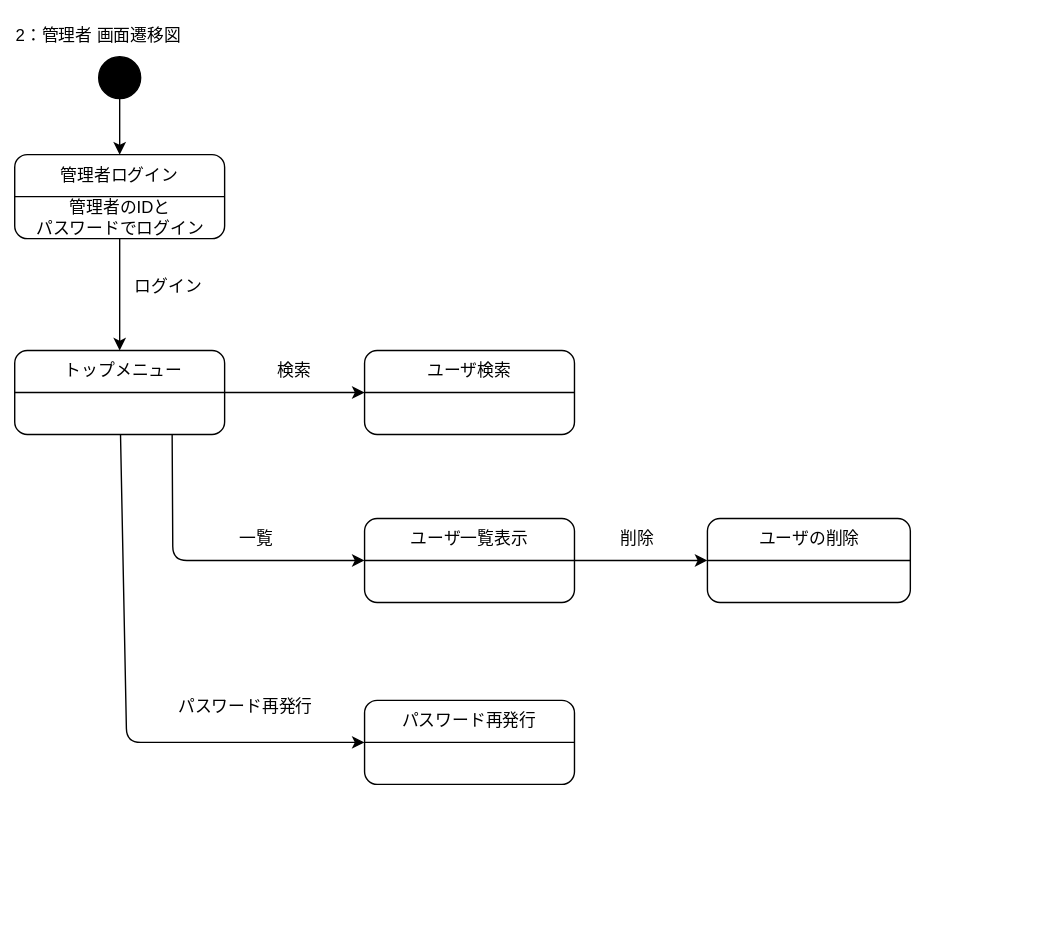
Above: 家計簿_画面遷移図(2).drawio.svg in youryota/uml-introduction (draw.io), before the change. Source tidied: cells renumbered, new cells last; positions are measured from the earlier drawing's top-left corner, leaving out a move shared by most shapes.
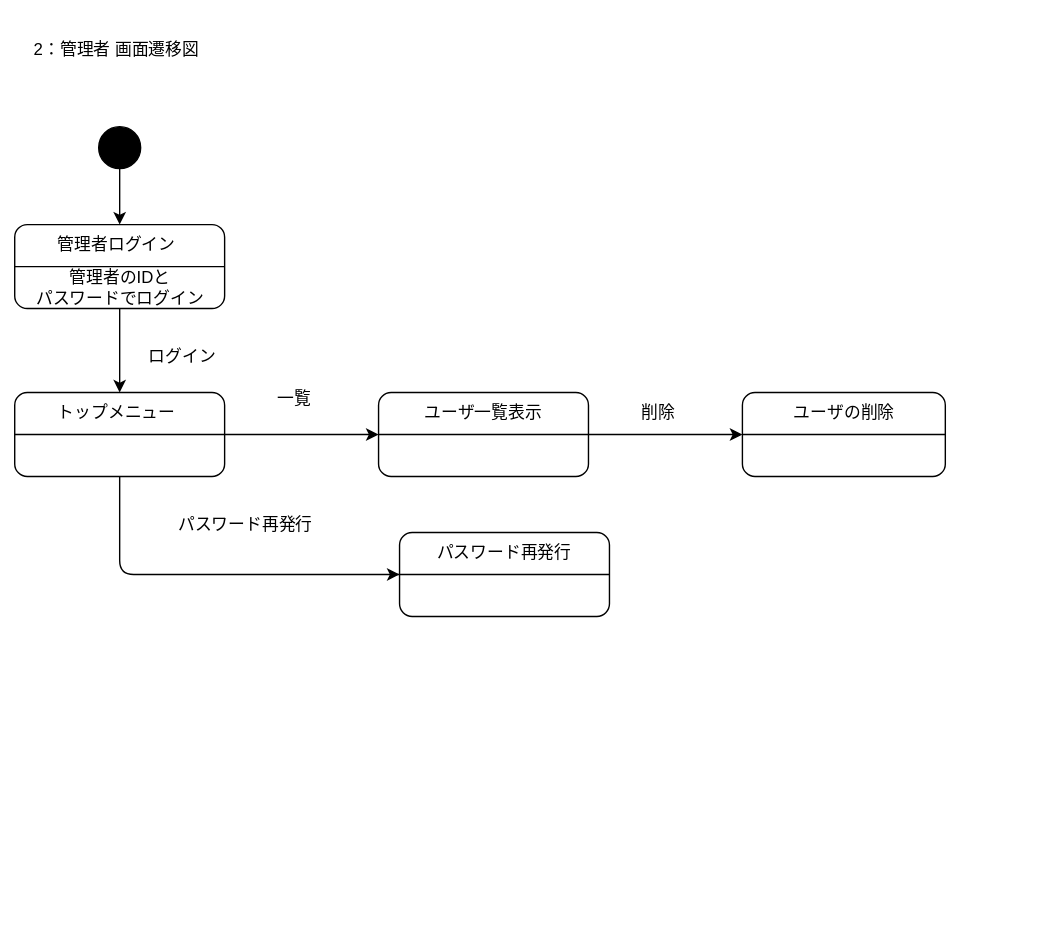
After the commit.

Diff of the diagram source:
```diff
@@ -6,91 +6,69 @@
       <mxGeometry width="750" height="670" as="geometry" />
     </mxCell>
     <mxCell id="3" value="&lt;font color=&quot;#000000&quot;&gt;2：管理者&lt;/font&gt;&lt;span style=&quot;color: rgb(0, 0, 0);&quot;&gt;画面遷移図&lt;/span&gt;" style="text;html=1;strokeColor=none;fillColor=none;align=center;verticalAlign=middle;whiteSpace=wrap;rounded=0;fontColor=#F0F0F0;" parent="1" vertex="1">
-      <mxGeometry x="5" y="10" width="130" height="30" as="geometry" />
+      <mxGeometry x="17.5" y="20" width="130" height="30" as="geometry" />
     </mxCell>
     <mxCell id="4" style="ellipse;whiteSpace=wrap;html=1;strokeColor=#000000;fontColor=#000000;fillColor=#000000;" parent="1" vertex="1">
-      <mxGeometry x="70" y="40" width="30" height="30" as="geometry" />
+      <mxGeometry x="70" y="90" width="30" height="30" as="geometry" />
     </mxCell>
     <mxCell id="5" style="edgeStyle=none;html=1;strokeColor=#000000;fontColor=#000000;" parent="1" edge="1" source="6" target="14">
       <mxGeometry relative="1" as="geometry" />
     </mxCell>
     <mxCell id="6" style="rounded=1;whiteSpace=wrap;html=1;strokeColor=#000000;fontColor=#000000;fillColor=#FFFFFF;" parent="1" vertex="1">
-      <mxGeometry x="10" y="110" width="150" height="60" as="geometry" />
+      <mxGeometry x="10" y="160" width="150" height="60" as="geometry" />
     </mxCell>
     <mxCell id="7" style="endArrow=classic;html=1;fontColor=#000000;strokeColor=#000000;exitX=0.5;exitY=1;exitDx=0;exitDy=0;entryX=0.5;entryY=0;entryDx=0;entryDy=0;" parent="1" edge="1" source="4" target="6">
       <mxGeometry relative="1" as="geometry" />
     </mxCell>
     <mxCell id="8" value="管理者ログイン" style="text;html=1;strokeColor=none;fillColor=none;align=center;verticalAlign=middle;whiteSpace=wrap;rounded=0;fontColor=#000000;" parent="1" vertex="1">
-      <mxGeometry x="35" y="110" width="100" height="30" as="geometry" />
+      <mxGeometry x="32.5" y="160" width="100" height="30" as="geometry" />
     </mxCell>
     <mxCell id="9" style="endArrow=none;html=1;strokeColor=#000000;fontColor=#000000;exitX=0;exitY=0.5;exitDx=0;exitDy=0;entryX=1;entryY=0.5;entryDx=0;entryDy=0;" parent="1" edge="1" source="6" target="6">
       <mxGeometry relative="1" as="geometry" />
     </mxCell>
     <mxCell id="10" value="管理者のIDと&lt;br&gt;パスワードでログイン" style="text;html=1;strokeColor=none;fillColor=none;align=center;verticalAlign=middle;whiteSpace=wrap;rounded=0;fontColor=#000000;" parent="1" vertex="1">
-      <mxGeometry x="22.5" y="140" width="125" height="30" as="geometry" />
+      <mxGeometry x="22.5" y="190" width="125" height="30" as="geometry" />
     </mxCell>
-    <mxCell id="11" style="edgeStyle=none;html=1;strokeColor=#000000;fontColor=#000000;" parent="1" edge="1" source="14" target="18">
-      <mxGeometry relative="1" as="geometry" />
-    </mxCell>
-    <mxCell id="12" style="edgeStyle=none;html=1;strokeColor=#000000;fontColor=#000000;exitX=0.75;exitY=1;exitDx=0;exitDy=0;" parent="1" edge="1" source="14" target="22">
-      <mxGeometry relative="1" as="geometry">
-        <Array as="points">
-          <mxPoint x="123" y="400" />
-        </Array>
-      </mxGeometry>
-    </mxCell>
     <mxCell id="13" style="edgeStyle=none;html=1;strokeColor=#000000;fontColor=#000000;" parent="1" edge="1" source="14" target="31">
       <mxGeometry relative="1" as="geometry">
         <Array as="points">
-          <mxPoint x="90" y="530" />
+          <mxPoint x="85" y="410" />
         </Array>
       </mxGeometry>
     </mxCell>
     <mxCell id="14" style="rounded=1;whiteSpace=wrap;html=1;strokeColor=#000000;fontColor=#000000;fillColor=#FFFFFF;" parent="1" vertex="1">
-      <mxGeometry x="10" y="250" width="150" height="60" as="geometry" />
+      <mxGeometry x="10" y="280" width="150" height="60" as="geometry" />
     </mxCell>
     <mxCell id="15" value="ログイン" style="text;html=1;strokeColor=none;fillColor=none;align=center;verticalAlign=middle;whiteSpace=wrap;rounded=0;fontColor=#000000;" parent="1" vertex="1">
-      <mxGeometry x="90" y="190" width="60" height="30" as="geometry" />
+      <mxGeometry x="100" y="240" width="60" height="30" as="geometry" />
     </mxCell>
     <mxCell id="16" value="トップメニュー" style="text;html=1;strokeColor=none;fillColor=none;align=center;verticalAlign=middle;whiteSpace=wrap;rounded=0;fontColor=#000000;" parent="1" vertex="1">
-      <mxGeometry x="22.5" y="250" width="130" height="30" as="geometry" />
+      <mxGeometry x="17.5" y="280" width="130" height="30" as="geometry" />
     </mxCell>
     <mxCell id="17" style="endArrow=none;html=1;strokeColor=#000000;fontColor=#000000;exitX=0;exitY=0.5;exitDx=0;exitDy=0;entryX=1;entryY=0.5;entryDx=0;entryDy=0;" parent="1" edge="1" source="14" target="14">
       <mxGeometry relative="1" as="geometry" />
     </mxCell>
-    <mxCell id="18" style="rounded=1;whiteSpace=wrap;html=1;strokeColor=#000000;fontColor=#000000;fillColor=#FFFFFF;" parent="1" vertex="1">
-      <mxGeometry x="260" y="250" width="150" height="60" as="geometry" />
-    </mxCell>
-    <mxCell id="19" value="検索" style="text;html=1;strokeColor=none;fillColor=none;align=center;verticalAlign=middle;whiteSpace=wrap;rounded=0;fontColor=#000000;" parent="1" vertex="1">
-      <mxGeometry x="180" y="250" width="60" height="30" as="geometry" />
-    </mxCell>
-    <mxCell id="20" value="ユーザ検索" style="text;html=1;strokeColor=none;fillColor=none;align=center;verticalAlign=middle;whiteSpace=wrap;rounded=0;fontColor=#000000;" parent="1" vertex="1">
-      <mxGeometry x="290" y="250" width="90" height="30" as="geometry" />
-    </mxCell>
     <mxCell id="21" style="edgeStyle=none;html=1;strokeColor=#000000;fontColor=#000000;" parent="1" edge="1" source="22" target="25">
       <mxGeometry relative="1" as="geometry" />
     </mxCell>
     <mxCell id="22" style="rounded=1;whiteSpace=wrap;html=1;strokeColor=#000000;fontColor=#000000;fillColor=#FFFFFF;" parent="1" vertex="1">
-      <mxGeometry x="260" y="370" width="150" height="60" as="geometry" />
+      <mxGeometry x="270" y="280" width="150" height="60" as="geometry" />
     </mxCell>
     <mxCell id="23" value="一覧" style="text;html=1;strokeColor=none;fillColor=none;align=center;verticalAlign=middle;whiteSpace=wrap;rounded=0;fontColor=#000000;" parent="1" vertex="1">
-      <mxGeometry x="152.5" y="370" width="60" height="30" as="geometry" />
+      <mxGeometry x="180" y="270" width="60" height="30" as="geometry" />
     </mxCell>
     <mxCell id="24" value="ユーザ一覧表示" style="text;html=1;strokeColor=none;fillColor=none;align=center;verticalAlign=middle;whiteSpace=wrap;rounded=0;fontColor=#000000;" parent="1" vertex="1">
-      <mxGeometry x="275" y="370" width="120" height="30" as="geometry" />
+      <mxGeometry x="285" y="280" width="120" height="30" as="geometry" />
     </mxCell>
     <mxCell id="25" style="whiteSpace=wrap;html=1;fillColor=#FFFFFF;strokeColor=#000000;fontColor=#000000;rounded=1;" parent="1" vertex="1">
-      <mxGeometry x="505" y="370" width="145" height="60" as="geometry" />
+      <mxGeometry x="530" y="280" width="145" height="60" as="geometry" />
     </mxCell>
     <mxCell id="26" value="削除" style="text;html=1;strokeColor=none;fillColor=none;align=center;verticalAlign=middle;whiteSpace=wrap;rounded=0;fontColor=#000000;" parent="1" vertex="1">
-      <mxGeometry x="420" y="370" width="70" height="30" as="geometry" />
+      <mxGeometry x="435" y="280" width="70" height="30" as="geometry" />
     </mxCell>
     <mxCell id="27" value="ユーザの削除" style="text;html=1;strokeColor=none;fillColor=none;align=center;verticalAlign=middle;whiteSpace=wrap;rounded=0;fontColor=#000000;" parent="1" vertex="1">
-      <mxGeometry x="537.5" y="370" width="80" height="30" as="geometry" />
+      <mxGeometry x="562.5" y="280" width="80" height="30" as="geometry" />
     </mxCell>
-    <mxCell id="28" style="endArrow=none;html=1;strokeColor=#000000;fontColor=#000000;entryX=0;entryY=0.5;entryDx=0;entryDy=0;exitX=1;exitY=0.5;exitDx=0;exitDy=0;" parent="1" edge="1" source="18" target="18">
-      <mxGeometry relative="1" as="geometry" />
-    </mxCell>
     <mxCell id="29" style="endArrow=none;html=1;strokeColor=#000000;fontColor=#000000;exitX=0;exitY=0.5;exitDx=0;exitDy=0;entryX=1;entryY=0.5;entryDx=0;entryDy=0;" parent="1" edge="1" source="22" target="22">
       <mxGeometry relative="1" as="geometry" />
     </mxCell>
@@ -98,16 +76,23 @@
       <mxGeometry relative="1" as="geometry" />
     </mxCell>
     <mxCell id="31" style="rounded=1;whiteSpace=wrap;html=1;strokeColor=#000000;fontColor=#000000;fillColor=#FFFFFF;" parent="1" vertex="1">
-      <mxGeometry x="260" y="500" width="150" height="60" as="geometry" />
+      <mxGeometry x="285" y="380" width="150" height="60" as="geometry" />
     </mxCell>
     <mxCell id="32" value="パスワード再発行" style="text;html=1;strokeColor=none;fillColor=none;align=center;verticalAlign=middle;whiteSpace=wrap;rounded=0;fontColor=#000000;" parent="1" vertex="1">
-      <mxGeometry x="120" y="490" width="110" height="30" as="geometry" />
+      <mxGeometry x="120" y="360" width="110" height="30" as="geometry" />
     </mxCell>
+    <mxCell id="34" style="endArrow=none;html=1;strokeColor=#000000;fontColor=#000000;entryX=1;entryY=0.5;entryDx=0;entryDy=0;startArrow=none;" parent="1" edge="1" target="31">
+      <mxGeometry relative="1" as="geometry">
+        <mxPoint x="280" y="410" as="sourcePoint" />
+      </mxGeometry>
+    </mxCell>
+    <mxCell id="35" style="endArrow=classic;html=1;entryX=0;entryY=0.5;entryDx=0;entryDy=0;strokeColor=#000000;" parent="1" edge="1" target="22">
+      <mxGeometry relative="1" as="geometry">
+        <mxPoint x="160" y="310" as="sourcePoint" />
+      </mxGeometry>
+    </mxCell>
     <mxCell id="33" value="パスワード再発行" style="text;html=1;strokeColor=none;fillColor=none;align=center;verticalAlign=middle;whiteSpace=wrap;rounded=0;fontColor=#000000;" parent="1" vertex="1">
-      <mxGeometry x="280" y="500" width="110" height="30" as="geometry" />
+      <mxGeometry x="305" y="380" width="110" height="30" as="geometry" />
     </mxCell>
-    <mxCell id="34" style="endArrow=none;html=1;strokeColor=#000000;fontColor=#000000;exitX=0;exitY=0.5;exitDx=0;exitDy=0;entryX=1;entryY=0.5;entryDx=0;entryDy=0;" parent="1" edge="1" source="31" target="31">
-      <mxGeometry relative="1" as="geometry" />
-    </mxCell>
   </root>
 </mxGraphModel>
```
